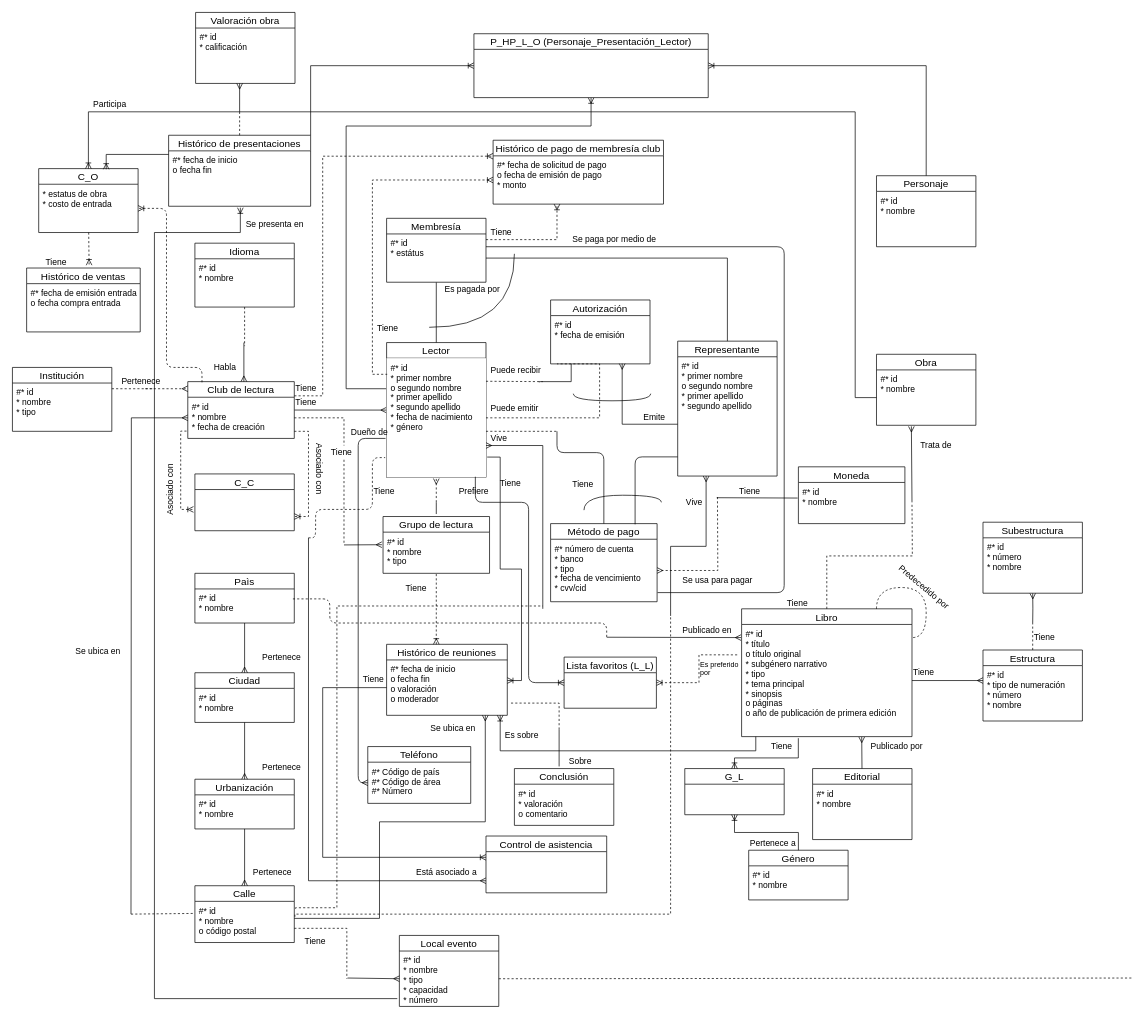
Above: DB I/Hopefully this will be the last ER.drawio in NeutronBlast/IS-Ex (draw.io), before the change. Source tidied: cells renumbered, new cells numbered last; positions are measured from the earlier drawing's top-left corner, leaving out a move shared by most shapes. Both pictures are drawn from the tidied source at 71%, with x=0, y=0 at pixel (12, 12).
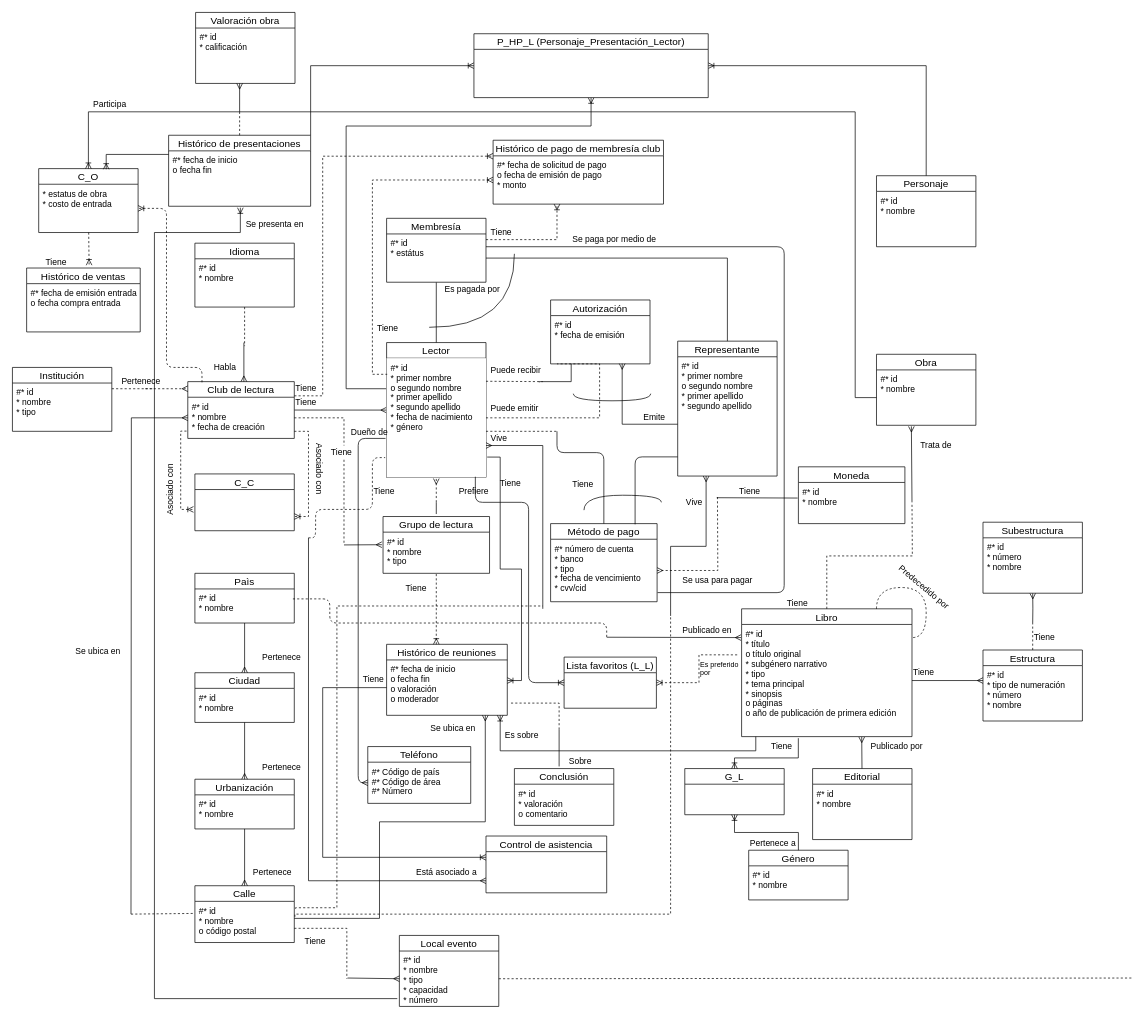
The same diagram, later.

Diff of the diagram source:
```diff
@@
-    <mxCell id="189" value="P_HP_L_O (Personaje_Presentación_Lector)" style="swimlane;fontStyle=0;horizontal=1;startSize=22;fillColor=none;swimlaneFillColor=#ffffff;align=center;fontSize=14;" parent="1" vertex="1">
+    <mxCell id="189" value="P_HP_L (Personaje_Presentación_Lector)" style="swimlane;fontStyle=0;horizontal=1;startSize=22;fillColor=none;swimlaneFillColor=#ffffff;align=center;fontSize=14;" parent="1" vertex="1">
       <mxGeometry x="650" y="30" width="330" height="90" as="geometry" />
     </mxCell>
```
